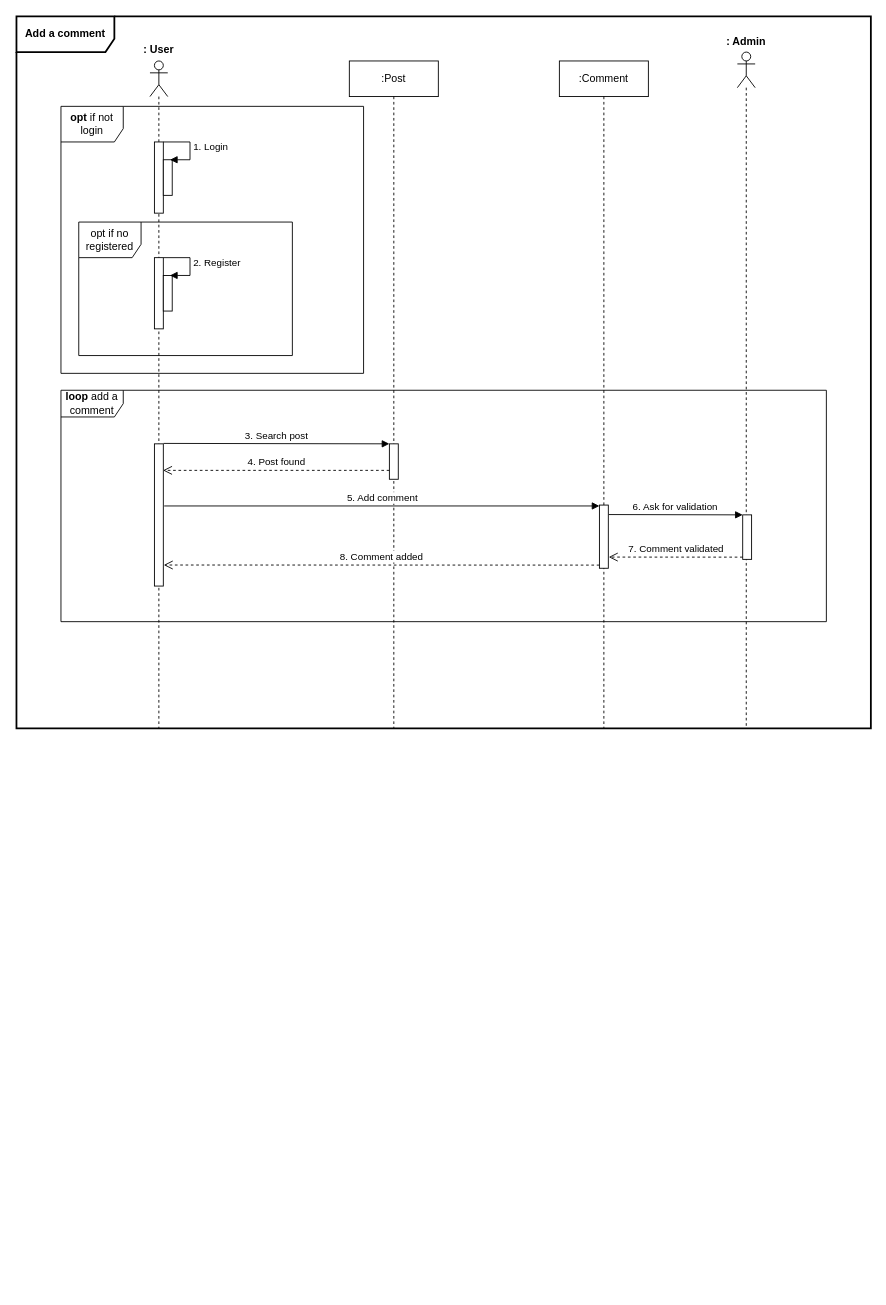
Before: page "5-Sequence diagram - Add a comment" (5 of 7) of Cas d'utilisations.drawio in klaxurit/JuncaHugo_5_24012022, a draw.io diagram. Source tidied: cells renumbered, new cells numbered last; positions are measured from the earlier drawing's top-left corner, leaving out a move shared by most shapes. Both pictures are drawn from the tidied source at 89%, with x=0, y=0 at pixel (16, 16).
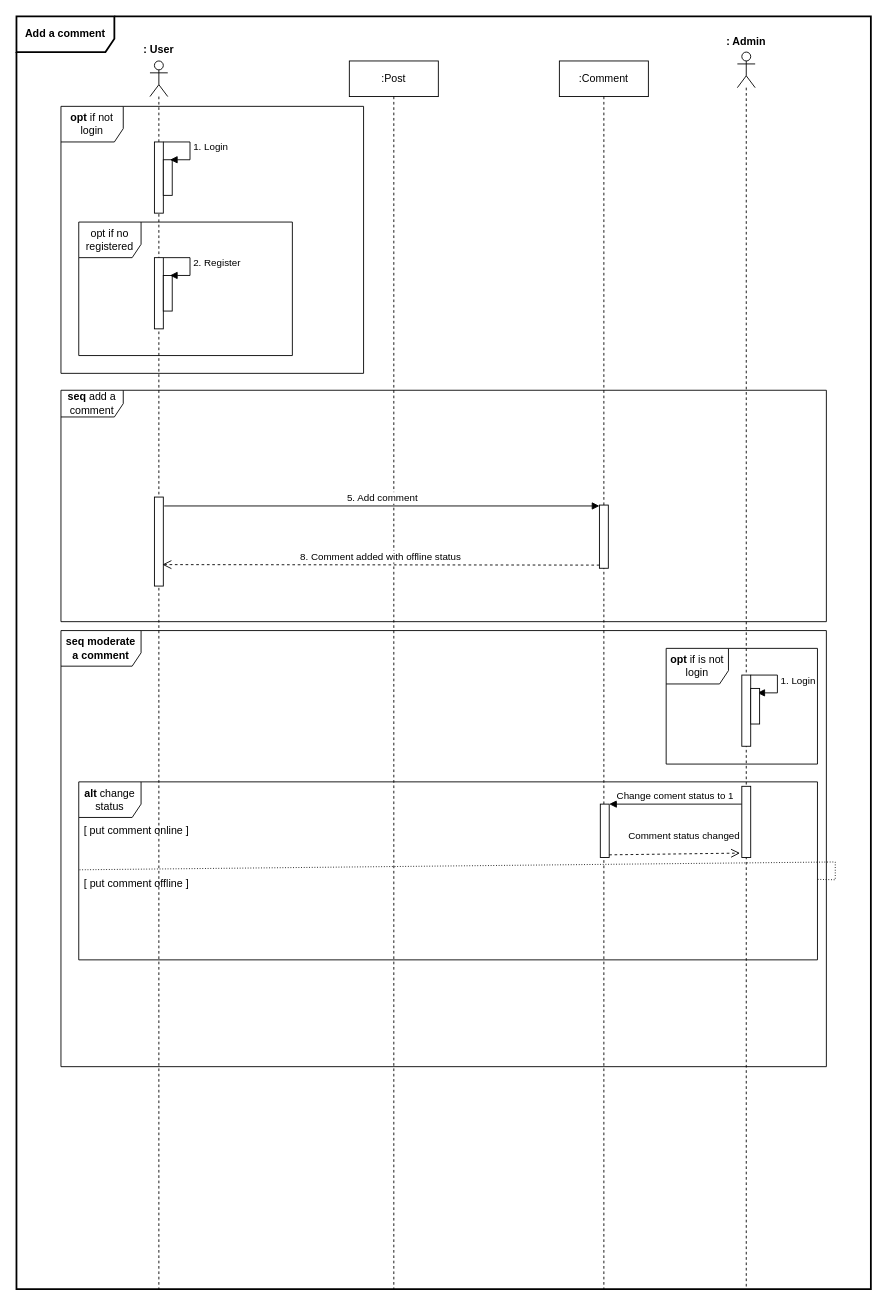
The same page after the edit.

Unchanged cells that the change refers to:
```xml
<mxCell id="15" style="html=1;points=[];perimeter=orthogonalPerimeter;strokeWidth=1;" parent="14" vertex="1">
  <mxGeometry x="45" y="499" width="10" height="71" as="geometry" />
</mxCell>
```

Change to the diagram source:
```diff
@@
+    <mxCell id="28" value="&lt;b&gt;seq moderate a comment&lt;/b&gt;" style="shape=umlFrame;whiteSpace=wrap;html=1;strokeWidth=1;width=90;height=40;" parent="1" vertex="1">
+      <mxGeometry x="50" y="690" width="860" height="490" as="geometry" />
+    </mxCell>
     <mxCell id="2" value="&lt;b&gt;Add a comment&lt;/b&gt;" style="shape=umlFrame;whiteSpace=wrap;html=1;width=110;height=40;strokeWidth=2;" parent="1" vertex="1">
-      <mxGeometry width="960" height="800" as="geometry" />
+      <mxGeometry width="960" height="1430" as="geometry" />
     </mxCell>
     <mxCell id="3" style="shape=umlLifeline;participant=umlActor;perimeter=lifelinePerimeter;whiteSpace=wrap;html=1;verticalAlign=top;spacingTop=36;strokeWidth=1;" parent="1" vertex="1">
-      <mxGeometry x="150" y="50" width="20" height="750" as="geometry" />
+      <mxGeometry x="150" y="50" width="20" height="1380" as="geometry" />
     </mxCell>
-    <mxCell id="4" value="&lt;b&gt;loop&lt;/b&gt; add a comment" style="shape=umlFrame;whiteSpace=wrap;html=1;strokeWidth=1;width=70;height=30;" parent="1" vertex="1">
+    <mxCell id="4" value="&lt;b&gt;seq&amp;nbsp;&lt;/b&gt;add a comment" style="shape=umlFrame;whiteSpace=wrap;html=1;strokeWidth=1;width=70;height=30;" parent="1" vertex="1">
       <mxGeometry x="50" y="420" width="860" height="260" as="geometry" />
     </mxCell>
     <mxCell id="5" value=":Post" style="shape=umlLifeline;perimeter=lifelinePerimeter;whiteSpace=wrap;html=1;strokeWidth=1;" parent="1" vertex="1">
-      <mxGeometry x="374" y="50" width="100" height="750" as="geometry" />
+      <mxGeometry x="374" y="50" width="100" height="1380" as="geometry" />
     </mxCell>
     <mxCell id="6" style="html=1;points=[];perimeter=orthogonalPerimeter;strokeWidth=1;" parent="5" vertex="1">
-      <mxGeometry x="-219" y="430.2" width="10" height="159.8" as="geometry" />
+      <mxGeometry x="-219" y="490" width="10" height="100" as="geometry" />
     </mxCell>
-    <mxCell id="7" value="3. Search post" style="html=1;verticalAlign=bottom;endArrow=block;entryX=0;entryY=0;rounded=0;exitX=1.028;exitY=-0.003;exitDx=0;exitDy=0;exitPerimeter=0;" parent="5" edge="1" source="6" target="8">
-      <mxGeometry relative="1" as="geometry" />
-    </mxCell>
-    <mxCell id="8" style="html=1;points=[];perimeter=orthogonalPerimeter;strokeWidth=1;" parent="5" vertex="1">
-      <mxGeometry x="45" y="430.2" width="10" height="39.8" as="geometry" />
-    </mxCell>
-    <mxCell id="9" value="4. Post found" style="html=1;verticalAlign=bottom;endArrow=open;dashed=1;endSize=8;exitX=0;exitY=0.95;rounded=0;entryX=0.972;entryY=0.949;entryDx=0;entryDy=0;entryPerimeter=0;" parent="5" edge="1">
-      <mxGeometry relative="1" as="geometry">
-        <mxPoint x="45" y="460" as="sourcePoint" />
-        <mxPoint x="-209.3" y="460" as="targetPoint" />
-      </mxGeometry>
-    </mxCell>
@@
     <mxCell id="11" style="shape=umlLifeline;participant=umlActor;perimeter=lifelinePerimeter;whiteSpace=wrap;html=1;verticalAlign=top;spacingTop=36;strokeWidth=1;" parent="1" vertex="1">
-      <mxGeometry x="810" y="40" width="20" height="760" as="geometry" />
+      <mxGeometry x="810" y="40" width="20" height="1390" as="geometry" />
     </mxCell>
-    <mxCell id="12" style="html=1;points=[];perimeter=orthogonalPerimeter;strokeWidth=1;" parent="11" vertex="1">
-      <mxGeometry x="6" y="520" width="10" height="50" as="geometry" />
-    </mxCell>
@@
     <mxCell id="14" value=":Comment" style="shape=umlLifeline;perimeter=lifelinePerimeter;whiteSpace=wrap;html=1;strokeWidth=1;" parent="1" vertex="1">
-      <mxGeometry x="610" y="50" width="100" height="750" as="geometry" />
+      <mxGeometry x="610" y="50" width="100" height="1380" as="geometry" />
     </mxCell>
@@
-    <mxCell id="25" value="8. Comment added" style="html=1;verticalAlign=bottom;endArrow=open;dashed=1;endSize=8;exitX=0;exitY=0.95;rounded=0;entryX=1.05;entryY=0.852;entryDx=0;entryDy=0;entryPerimeter=0;" parent="1" edge="1" source="15" target="6">
+    <mxCell id="25" value="8. Comment added with offline status" style="html=1;verticalAlign=bottom;endArrow=open;dashed=1;endSize=8;exitX=0;exitY=0.95;rounded=0;entryX=0.9;entryY=0.759;entryDx=0;entryDy=0;entryPerimeter=0;" parent="1" edge="1" source="15" target="6">
       <mxGeometry relative="1" as="geometry" />
     </mxCell>
-    <mxCell id="26" value="6. Ask for validation" style="html=1;verticalAlign=bottom;endArrow=block;entryX=0;entryY=0;rounded=0;exitX=1.05;exitY=0.15;exitDx=0;exitDy=0;exitPerimeter=0;" parent="1" edge="1" source="15" target="12">
-      <mxGeometry relative="1" as="geometry" />
-    </mxCell>
-    <mxCell id="27" value="7. Comment validated" style="html=1;verticalAlign=bottom;endArrow=open;dashed=1;endSize=8;exitX=0;exitY=0.95;rounded=0;entryX=1.05;entryY=0.823;entryDx=0;entryDy=0;entryPerimeter=0;" parent="1" edge="1" source="12" target="15">
-      <mxGeometry relative="1" as="geometry" />
-    </mxCell>
+    <mxCell id="29" value="&lt;b&gt;opt&lt;/b&gt; if is not login" style="shape=umlFrame;whiteSpace=wrap;html=1;strokeWidth=1;width=70;height=40;" parent="1" vertex="1">
+      <mxGeometry x="730" y="710" width="170" height="130" as="geometry" />
+    </mxCell>
+    <mxCell id="30" style="html=1;perimeter=orthogonalPerimeter;strokeWidth=1;" parent="1" vertex="1">
+      <mxGeometry x="815" y="740" width="10" height="80" as="geometry" />
+    </mxCell>
+    <mxCell id="31" value="1. Login" style="edgeStyle=orthogonalEdgeStyle;html=1;align=left;spacingLeft=2;endArrow=block;rounded=0;entryX=1;entryY=0;" parent="1" edge="1">
+      <mxGeometry relative="1" as="geometry">
+        <mxPoint x="825" y="740" as="sourcePoint" />
+        <mxPoint x="832.5" y="760" as="targetPoint" />
+        <Array as="points">
+          <mxPoint x="855" y="740" />
+        </Array>
+      </mxGeometry>
+    </mxCell>
+    <mxCell id="32" style="html=1;perimeter=orthogonalPerimeter;strokeWidth=1;" parent="1" vertex="1">
+      <mxGeometry x="825" y="755" width="10" height="40" as="geometry" />
+    </mxCell>
+    <mxCell id="33" value="&lt;b&gt;alt &lt;/b&gt;change status" style="shape=umlFrame;whiteSpace=wrap;html=1;width=70;height=40;" parent="1" vertex="1">
+      <mxGeometry x="70" y="860" width="830" height="200" as="geometry" />
+    </mxCell>
+    <mxCell id="34" style="endArrow=none;html=1;rounded=0;dashed=1;dashPattern=1 2;exitX=0.001;exitY=0.494;exitDx=0;exitDy=0;exitPerimeter=0;" parent="1" edge="1" source="33" target="33">
+      <mxGeometry relative="1" as="geometry" />
+    </mxCell>
+    <mxCell id="35" value="[ put comment online ]" style="text;html=1;strokeColor=none;fillColor=none;align=center;verticalAlign=middle;whiteSpace=wrap;rounded=0;" parent="1" vertex="1">
+      <mxGeometry x="70" y="900" width="130" height="30" as="geometry" />
+    </mxCell>
+    <mxCell id="36" value="[ put comment offline ]" style="text;html=1;strokeColor=none;fillColor=none;align=center;verticalAlign=middle;whiteSpace=wrap;rounded=0;" parent="1" vertex="1">
+      <mxGeometry x="70" y="960" width="130" height="30" as="geometry" />
+    </mxCell>
+    <mxCell id="37" style="html=1;points=[];perimeter=orthogonalPerimeter;" parent="1" vertex="1">
+      <mxGeometry x="656" y="885" width="10" height="60" as="geometry" />
+    </mxCell>
+    <mxCell id="38" value="Change coment status to 1" style="html=1;verticalAlign=bottom;endArrow=block;entryX=1;entryY=0;rounded=0;" parent="1" edge="1" source="40" target="37">
+      <mxGeometry relative="1" as="geometry" />
+    </mxCell>
+    <mxCell id="39" value="Comment status changed" style="html=1;verticalAlign=bottom;endArrow=open;dashed=1;endSize=8;exitX=1;exitY=0.95;rounded=0;entryX=-0.2;entryY=0.938;entryDx=0;entryDy=0;entryPerimeter=0;" parent="1" edge="1" source="37" target="40">
+      <mxGeometry x="0.14" y="11" relative="1" as="geometry" />
+    </mxCell>
+    <mxCell id="40" style="html=1;points=[];perimeter=orthogonalPerimeter;" parent="1" vertex="1">
+      <mxGeometry x="815" y="865" width="10" height="80" as="geometry" />
+    </mxCell>
```
